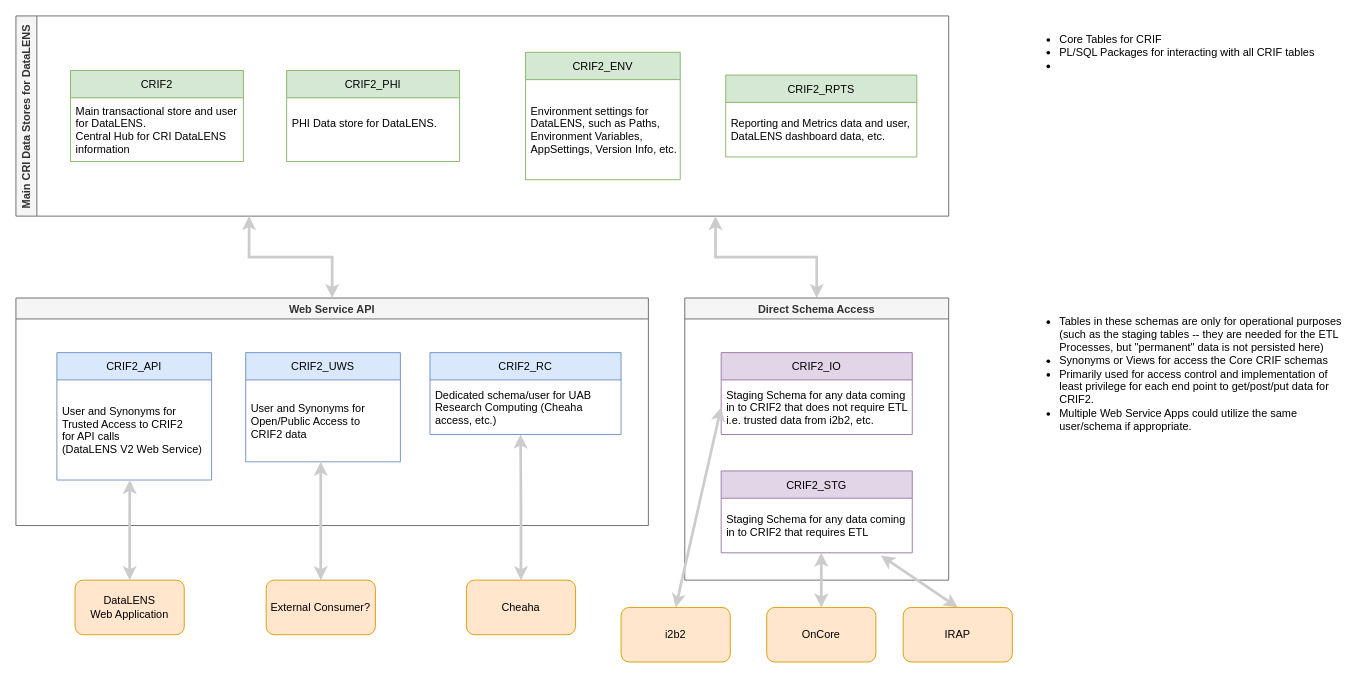
The draw.io diagram page "Copy of Page-1" (2 of 2) of DataLENS V2 Database Schemas.drawio in ntimkovich/UAB-II-Diagrams, before the edit. Source tidied: cells renumbered, new cells numbered last; positions are measured from the earlier drawing's top-left corner, leaving out a move shared by most shapes. Both pictures are drawn from the tidied source at 91%, with x=0, y=0 at pixel (15, 15).
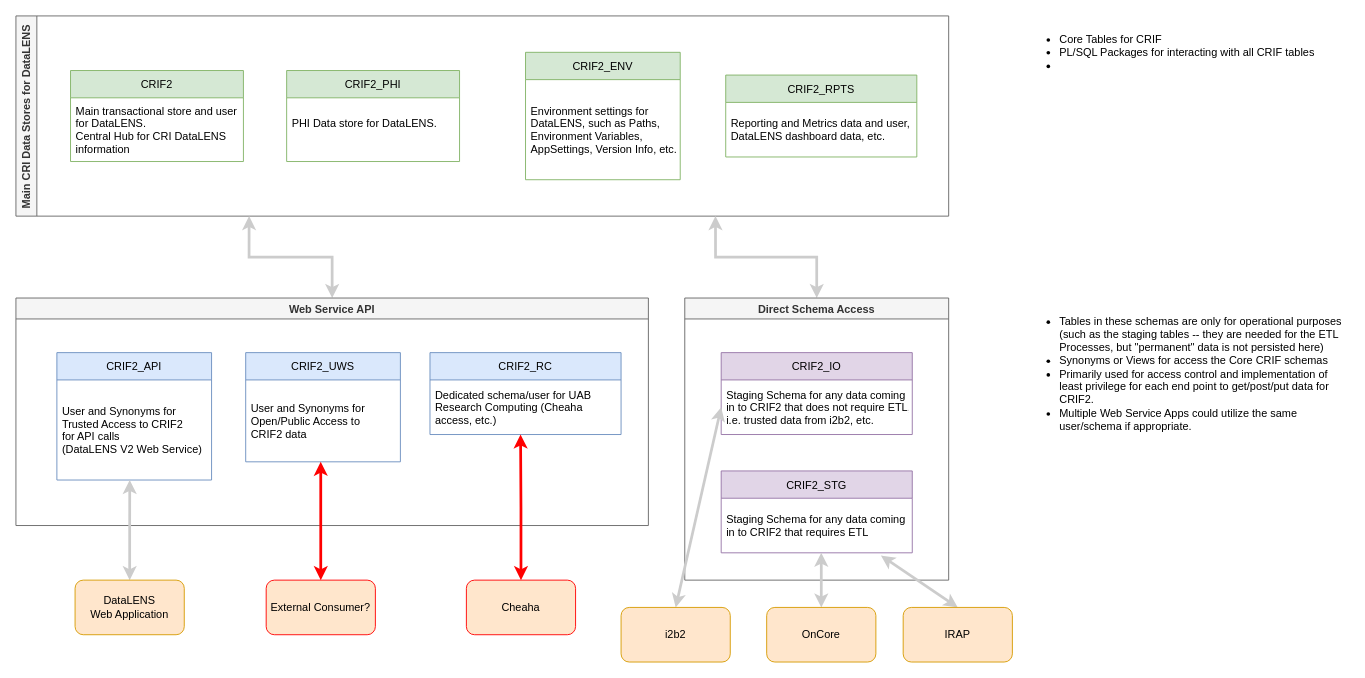
Above is the later version.

Unchanged cells that the change refers to:
```xml
<mxCell id="22" value="User and Synonyms for &#10;Open/Public Access to &#10;CRIF2 data" style="text;strokeColor=none;fillColor=none;align=left;verticalAlign=middle;spacingLeft=4;spacingRight=4;overflow=hidden;points=[[0,0.5],[1,0.5]];portConstraint=eastwest;" parent="21" vertex="1">
  <mxGeometry y="30" width="170" height="90" as="geometry" />
</mxCell>
<mxCell id="24" value="Dedicated schema/user for UAB &#10;Research Computing (Cheaha &#10;access, etc.)" style="text;strokeColor=none;fillColor=none;align=left;verticalAlign=middle;spacingLeft=4;spacingRight=4;overflow=hidden;points=[[0,0.5],[1,0.5]];portConstraint=eastwest;" parent="23" vertex="1">
  <mxGeometry y="30" width="210" height="60" as="geometry" />
</mxCell>
```

What changed in the source:
```diff
@@
-    <mxCell id="27" style="edgeStyle=orthogonalEdgeStyle;rounded=0;jettySize=auto;html=1;exitX=0.5;exitY=0;exitDx=0;exitDy=0;entryX=0.485;entryY=1;entryDx=0;entryDy=0;entryPerimeter=0;strokeColor=#CCCCCC;strokeWidth=3;startArrow=classic;startFill=1;" parent="1" edge="1" source="28" target="22">
+    <mxCell id="27" style="edgeStyle=orthogonalEdgeStyle;rounded=0;jettySize=auto;html=1;exitX=0.5;exitY=0;exitDx=0;exitDy=0;entryX=0.485;entryY=1;entryDx=0;entryDy=0;entryPerimeter=0;strokeColor=#FF0000;strokeWidth=3;startArrow=classic;startFill=1;" parent="1" edge="1" source="28" target="22">
       <mxGeometry relative="1" as="geometry" />
     </mxCell>
-    <mxCell id="28" value="External Consumer?" style="rounded=1;whiteSpace=wrap;html=1;fillColor=#ffe6cc;strokeColor=#d79b00;" parent="1" vertex="1">
+    <mxCell id="28" value="External Consumer?" style="rounded=1;whiteSpace=wrap;html=1;fillColor=#ffe6cc;strokeColor=#FF0000;" parent="1" vertex="1">
       <mxGeometry x="275" y="620" width="120" height="60" as="geometry" />
     </mxCell>
-    <mxCell id="29" style="edgeStyle=orthogonalEdgeStyle;rounded=0;jettySize=auto;html=1;exitX=0.5;exitY=0;exitDx=0;exitDy=0;entryX=0.474;entryY=1;entryDx=0;entryDy=0;entryPerimeter=0;strokeColor=#CCCCCC;strokeWidth=3;startArrow=classic;startFill=1;" parent="1" edge="1" source="30" target="24">
+    <mxCell id="29" style="edgeStyle=orthogonalEdgeStyle;rounded=0;jettySize=auto;html=1;exitX=0.5;exitY=0;exitDx=0;exitDy=0;entryX=0.474;entryY=1;entryDx=0;entryDy=0;entryPerimeter=0;strokeColor=#FF0000;strokeWidth=3;startArrow=classic;startFill=1;" parent="1" edge="1" source="30" target="24">
       <mxGeometry relative="1" as="geometry" />
     </mxCell>
-    <mxCell id="30" value="Cheaha" style="rounded=1;whiteSpace=wrap;html=1;fillColor=#ffe6cc;strokeColor=#d79b00;" parent="1" vertex="1">
+    <mxCell id="30" value="Cheaha" style="rounded=1;whiteSpace=wrap;html=1;fillColor=#ffe6cc;strokeColor=#FF0000;" parent="1" vertex="1">
       <mxGeometry x="495" y="620" width="120" height="60" as="geometry" />
     </mxCell>
```
